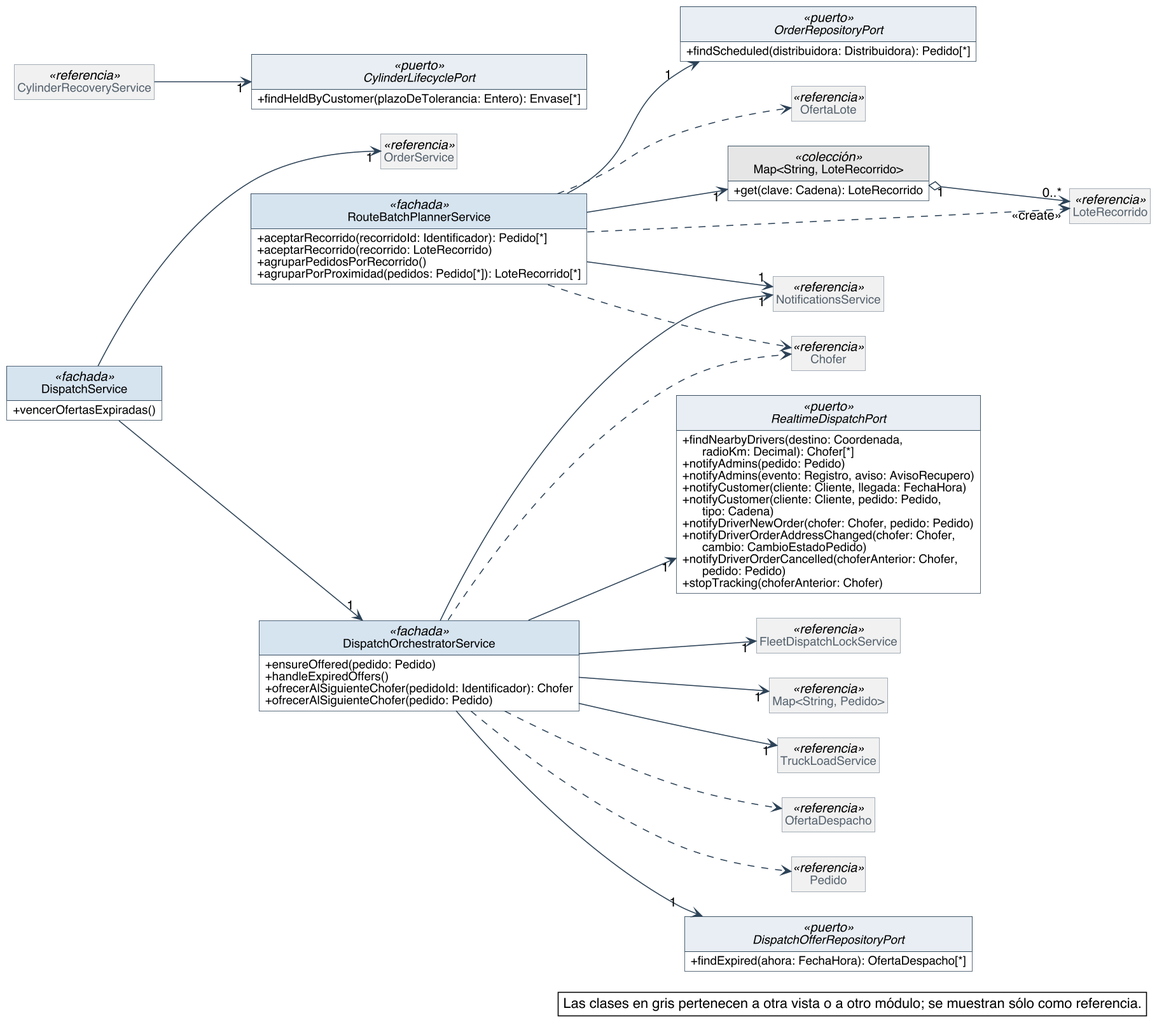
Above: diagramas/clases-diseno/DC_Mod_Despacho.png in Nahuelito-Dev/splg-docs (PlantUML), before the change.
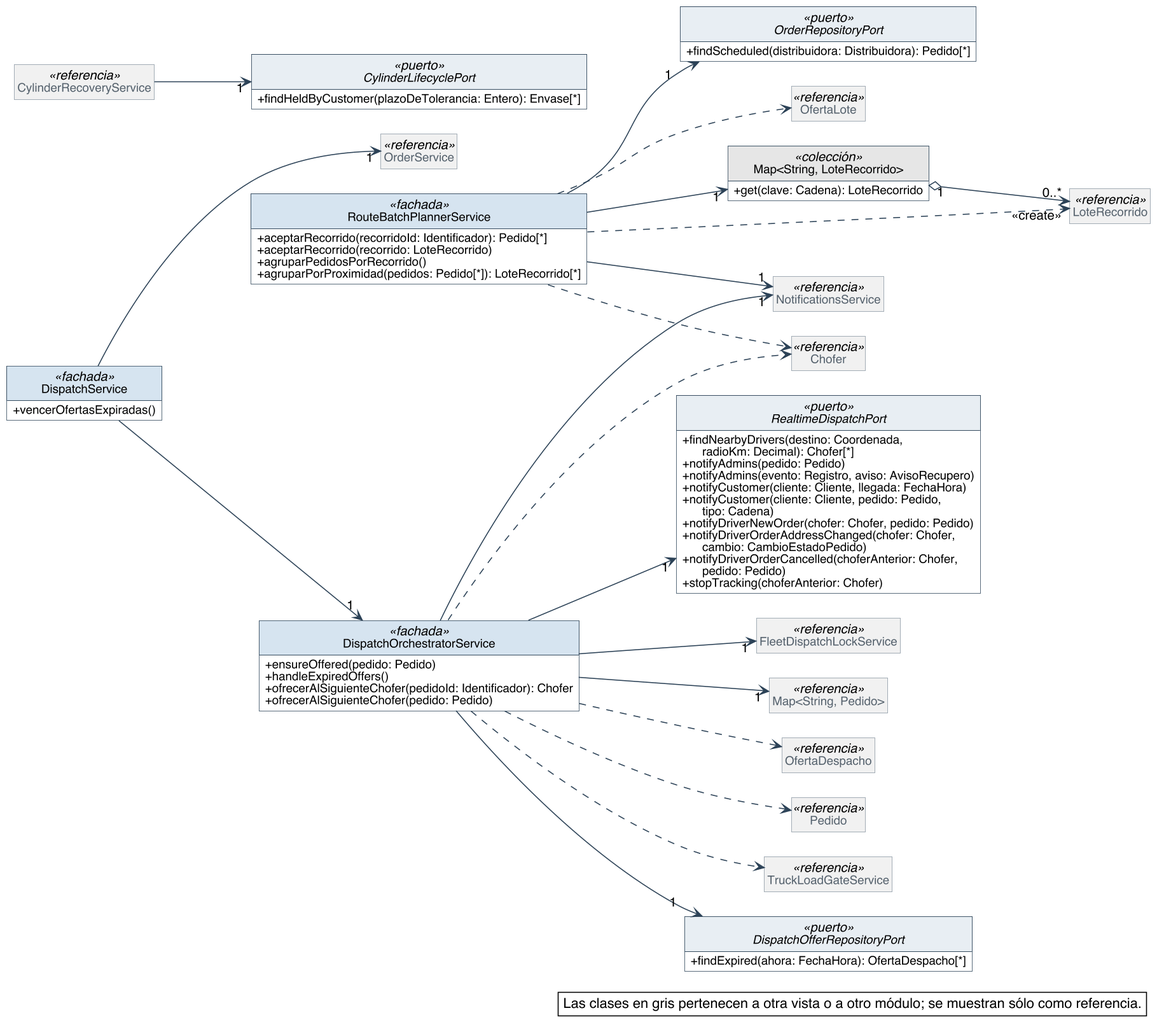
The same file after the commit.

The edit, as a diff of the source:
```diff
@@ -102,11 +102,11 @@
 class FleetDispatchLockService <<referencia>>
 class "Map<String, Pedido>" as Map_String_Pedido <<referencia>>
 class NotificationsService <<referencia>>
-class TruckLoadService <<referencia>>
 class OrderService <<referencia>>
 class Chofer <<referencia>>
 class OfertaDespacho <<referencia>>
 class Pedido <<referencia>>
+class TruckLoadGateService <<referencia>>
 class OfertaLote <<referencia>>
 class CylinderRecoveryService <<referencia>>
 
@@ -116,7 +116,6 @@
 DispatchOrchestratorService --> "1" Map_String_Pedido
 DispatchOrchestratorService --> "1" NotificationsService
 DispatchOrchestratorService --> "1" RealtimeDispatchPort
-DispatchOrchestratorService --> "1" TruckLoadService
 DispatchService --> "1" DispatchOrchestratorService
 DispatchService --> "1" OrderService
 RouteBatchPlannerService --> "1" Map_String_LoteRecorrido
@@ -125,6 +124,7 @@
 DispatchOrchestratorService ..> Chofer
 DispatchOrchestratorService ..> OfertaDespacho
 DispatchOrchestratorService ..> Pedido
+DispatchOrchestratorService ..> TruckLoadGateService
 RouteBatchPlannerService ..> Chofer
 RouteBatchPlannerService ..> "<<create>>" LoteRecorrido
 RouteBatchPlannerService ..> OfertaLote
```
